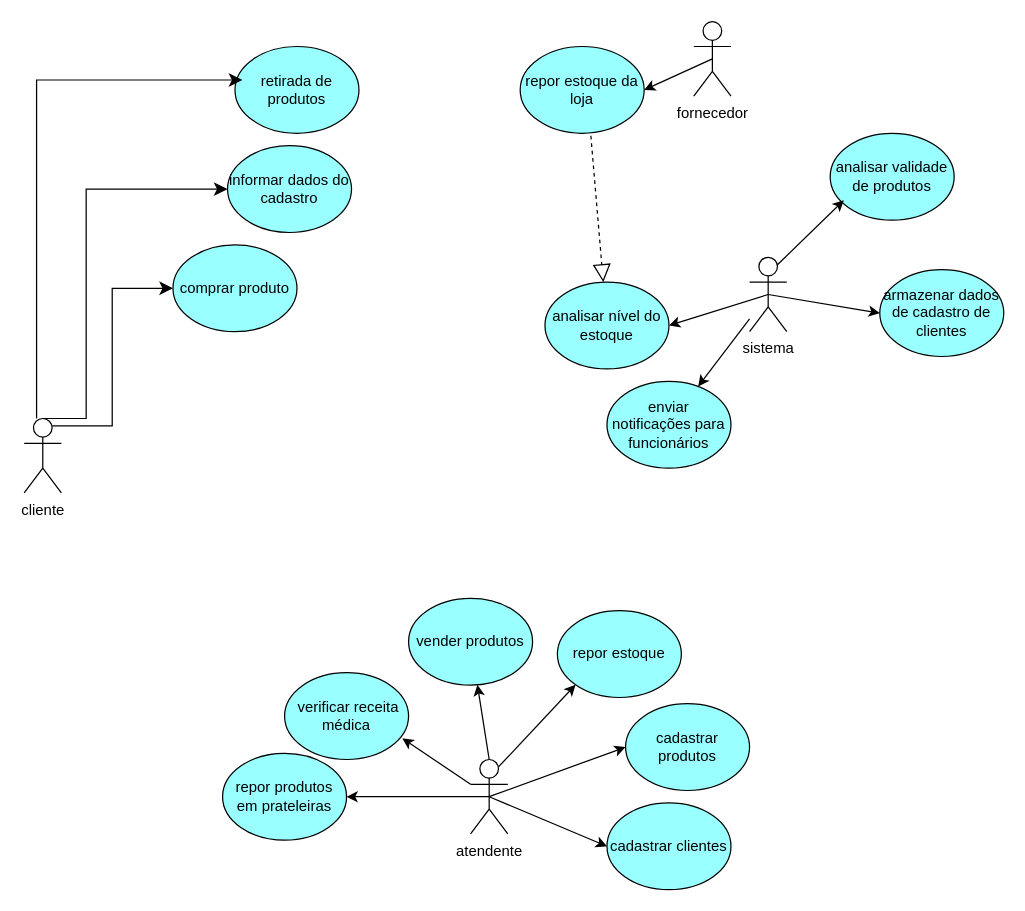
Above: page "Página-1" (1 of 2) of Diagrama sem nome.drawio in neymarboliviano/voltajj (draw.io), before the change. Source tidied: cells renumbered, new cells numbered last; positions are measured from the earlier drawing's top-left corner, leaving out a move shared by most shapes. Both pictures are drawn from the tidied source at 124%, with x=0, y=0 at pixel (24, 21).
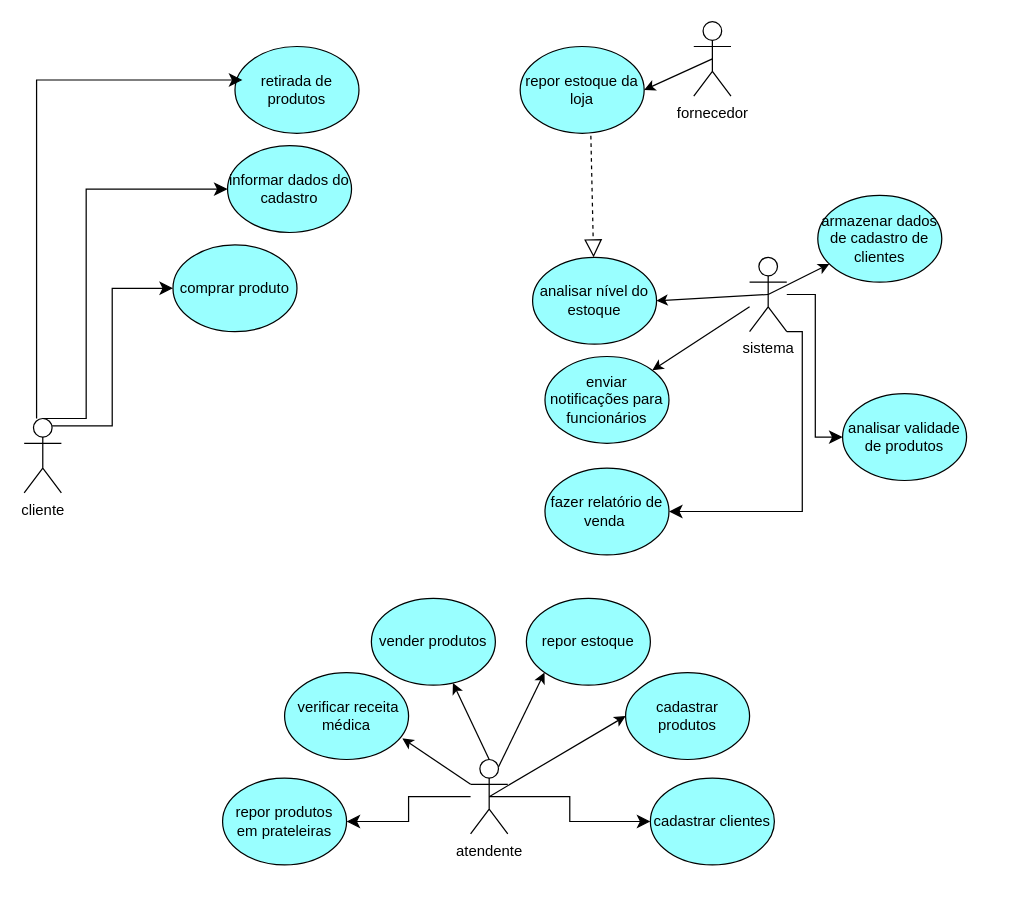
Above is the later version.

The change refers to these unchanged cells:
```xml
<mxCell id="24" value="atendente" style="shape=umlActor;verticalLabelPosition=bottom;verticalAlign=top;html=1;outlineConnect=0;" parent="1" vertex="1">
  <mxGeometry x="360" y="595" width="30" height="60" as="geometry" />
</mxCell>
<mxCell id="25" value="sistema" style="shape=umlActor;verticalLabelPosition=bottom;verticalAlign=top;html=1;outlineConnect=0;" parent="1" vertex="1">
  <mxGeometry x="585" y="190" width="30" height="60" as="geometry" />
</mxCell>
```

What changed in the source:
```diff
@@
     <mxCell id="3" value="cadastrar produtos" style="ellipse;whiteSpace=wrap;html=1;fillColor=#99FFFF;" parent="1" vertex="1">
-      <mxGeometry x="485" y="550" width="100" height="70" as="geometry" />
+      <mxGeometry x="485" y="525" width="100" height="70" as="geometry" />
     </mxCell>
@@
     <mxCell id="5" value="enviar notificações para funcionários" style="ellipse;whiteSpace=wrap;html=1;fillColor=#99FFFF;" parent="1" vertex="1">
-      <mxGeometry x="470" y="290" width="100" height="70" as="geometry" />
+      <mxGeometry x="420" y="270" width="100" height="70" as="geometry" />
     </mxCell>
     <mxCell id="6" value="analisar nível do estoque" style="ellipse;whiteSpace=wrap;html=1;fillColor=#99FFFF;" parent="1" vertex="1">
-      <mxGeometry x="420" y="210" width="100" height="70" as="geometry" />
+      <mxGeometry x="410" y="190" width="100" height="70" as="geometry" />
     </mxCell>
     <mxCell id="7" value="analisar validade de produtos" style="ellipse;whiteSpace=wrap;html=1;fillColor=#99FFFF;" parent="1" vertex="1">
-      <mxGeometry x="650" y="90" width="100" height="70" as="geometry" />
+      <mxGeometry x="660" y="300" width="100" height="70" as="geometry" />
     </mxCell>
@@
     <mxCell id="9" value="repor estoque" style="ellipse;whiteSpace=wrap;html=1;fillColor=#99FFFF;" parent="1" vertex="1">
-      <mxGeometry x="430" y="475" width="100" height="70" as="geometry" />
+      <mxGeometry x="405" y="465" width="100" height="70" as="geometry" />
     </mxCell>
     <mxCell id="10" value="armazenar dados de cadastro de clientes" style="ellipse;whiteSpace=wrap;html=1;fillColor=#99FFFF;" parent="1" vertex="1">
-      <mxGeometry x="690" y="200" width="100" height="70" as="geometry" />
+      <mxGeometry x="640" y="140" width="100" height="70" as="geometry" />
     </mxCell>
@@
     <mxCell id="12" value="vender produtos" style="ellipse;whiteSpace=wrap;html=1;fillColor=#99FFFF;" parent="1" vertex="1">
-      <mxGeometry x="310" y="465" width="100" height="70" as="geometry" />
+      <mxGeometry x="280" y="465" width="100" height="70" as="geometry" />
     </mxCell>
     <mxCell id="13" value="cadastrar clientes" style="ellipse;whiteSpace=wrap;html=1;fillColor=#99FFFF;" parent="1" vertex="1">
-      <mxGeometry x="470" y="630" width="100" height="70" as="geometry" />
+      <mxGeometry x="505" y="610" width="100" height="70" as="geometry" />
     </mxCell>
     <mxCell id="14" value="repor produtos em prateleiras" style="ellipse;whiteSpace=wrap;html=1;fillColor=#99FFFF;" parent="1" vertex="1">
-      <mxGeometry x="160" y="590" width="100" height="70" as="geometry" />
+      <mxGeometry x="160" y="610" width="100" height="70" as="geometry" />
     </mxCell>
@@
-    <mxCell id="16" style="endArrow=classic;html=1;rounded=0;exitX=0.5;exitY=0.5;exitDx=0;exitDy=0;exitPerimeter=0;entryX=0;entryY=0.5;entryDx=0;entryDy=0;" parent="1" edge="1" source="24" target="13">
-      <mxGeometry relative="1" as="geometry" />
-    </mxCell>
@@
-    <mxCell id="20" style="endArrow=classic;html=1;rounded=0;exitX=0.5;exitY=0.5;exitDx=0;exitDy=0;exitPerimeter=0;entryX=1;entryY=0.5;entryDx=0;entryDy=0;" parent="1" edge="1" source="24" target="14">
-      <mxGeometry relative="1" as="geometry" />
-    </mxCell>
@@
-    <mxCell id="27" style="endArrow=classic;html=1;rounded=0;exitX=0.5;exitY=0.5;exitDx=0;exitDy=0;exitPerimeter=0;entryX=0;entryY=0.5;entryDx=0;entryDy=0;" parent="1" edge="1" source="25" target="10">
+    <mxCell id="27" style="endArrow=classic;html=1;rounded=0;exitX=0.5;exitY=0.5;exitDx=0;exitDy=0;exitPerimeter=0;" parent="1" edge="1" source="25" target="10">
       <mxGeometry relative="1" as="geometry" />
     </mxCell>
@@
-    <mxCell id="30" style="endArrow=classic;html=1;rounded=0;exitX=0.75;exitY=0.1;exitDx=0;exitDy=0;exitPerimeter=0;entryX=0.11;entryY=0.771;entryDx=0;entryDy=0;entryPerimeter=0;" parent="1" edge="1" source="25" target="7">
-      <mxGeometry relative="1" as="geometry" />
-    </mxCell>
@@
+    <mxCell id="30" style="edgeStyle=elbowEdgeStyle;elbow=horizontal;endArrow=classic;html=1;curved=0;rounded=0;endSize=8;startSize=8;entryX=0;entryY=0.5;entryDx=0;entryDy=0;" parent="1" edge="1" source="25" target="7">
+      <mxGeometry relative="1" as="geometry" />
+    </mxCell>
+    <mxCell id="16" style="edgeStyle=elbowEdgeStyle;elbow=horizontal;endArrow=classic;html=1;curved=0;rounded=0;endSize=8;startSize=8;exitX=0.5;exitY=0.5;exitDx=0;exitDy=0;exitPerimeter=0;entryX=0;entryY=0.5;entryDx=0;entryDy=0;" parent="1" edge="1" source="24" target="13">
+      <mxGeometry relative="1" as="geometry" />
+    </mxCell>
+    <mxCell id="20" style="edgeStyle=elbowEdgeStyle;elbow=horizontal;endArrow=classic;html=1;curved=0;rounded=0;endSize=8;startSize=8;entryX=1;entryY=0.5;entryDx=0;entryDy=0;" parent="1" edge="1" source="24" target="14">
+      <mxGeometry relative="1" as="geometry" />
+    </mxCell>
+    <mxCell id="35" style="edgeStyle=elbowEdgeStyle;elbow=horizontal;endArrow=classic;html=1;curved=0;rounded=0;endSize=8;startSize=8;exitX=1;exitY=1;exitDx=0;exitDy=0;exitPerimeter=0;entryX=1;entryY=0.5;entryDx=0;entryDy=0;" parent="1" edge="1" source="25" target="36">
+      <mxGeometry relative="1" as="geometry">
+        <Array as="points">
+          <mxPoint x="627.5" y="460" />
+        </Array>
+      </mxGeometry>
+    </mxCell>
+    <mxCell id="36" value="fazer relatório de venda&amp;nbsp;" style="ellipse;whiteSpace=wrap;html=1;fillColor=#99FFFF;" parent="1" vertex="1">
+      <mxGeometry x="420" y="360" width="100" height="70" as="geometry" />
+    </mxCell>
```
